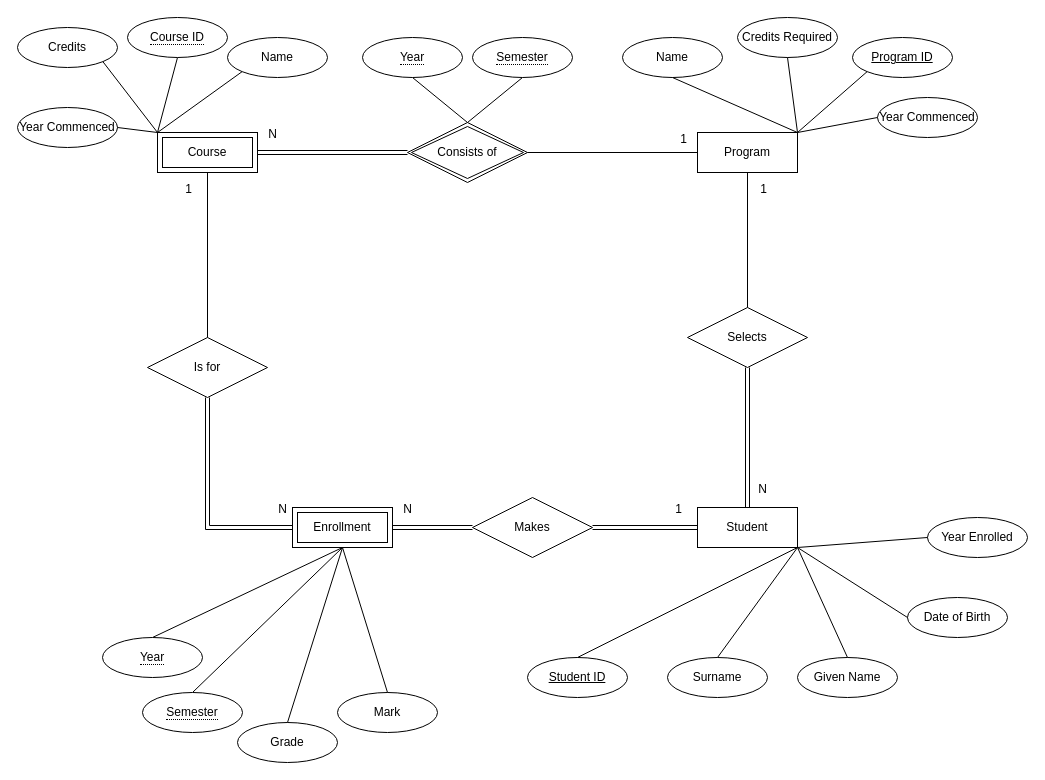
patrick-doumont/ermodeling keeps this draw.io diagram as the_university_database.drawio. Above is the earlier version. Source tidied: cells renumbered, new cells numbered last; positions are measured from the earlier drawing's top-left corner, leaving out a move shared by most shapes. Both pictures are drawn from the tidied source at 100%, with x=0, y=0 at pixel (17, 17).
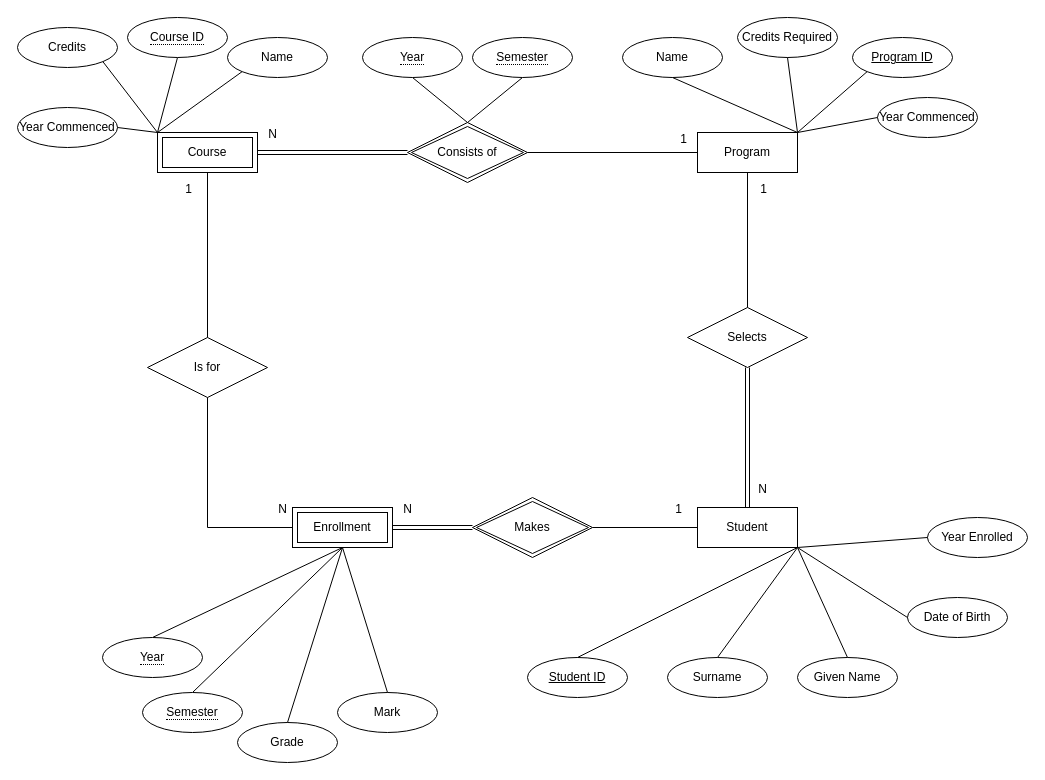
The same page after the edit.

Unchanged cells that the change refers to:
```xml
<mxCell id="2" value="Student" style="whiteSpace=wrap;html=1;align=center;" parent="1" vertex="1">
  <mxGeometry x="680" y="490" width="100" height="40" as="geometry" />
</mxCell>
<mxCell id="35" value="Is for" style="shape=rhombus;perimeter=rhombusPerimeter;whiteSpace=wrap;html=1;align=center;" parent="1" vertex="1">
  <mxGeometry x="130" y="320" width="120" height="60" as="geometry" />
</mxCell>
<mxCell id="55" value="Enrollment" style="shape=ext;margin=3;double=1;whiteSpace=wrap;html=1;align=center;" parent="1" vertex="1">
  <mxGeometry x="275" y="490" width="100" height="40" as="geometry" />
</mxCell>
```

Diff of the diagram source:
```diff
@@
-    <mxCell id="46" style="endArrow=none;html=1;rounded=0;entryX=0;entryY=0.5;entryDx=0;entryDy=0;shape=link;exitX=1;exitY=0.5;exitDx=0;exitDy=0;" parent="1" edge="1" source="54" target="2">
-      <mxGeometry relative="1" as="geometry" />
+    <mxCell id="46" style="endArrow=none;html=1;rounded=0;entryX=0;entryY=0.5;entryDx=0;entryDy=0;exitX=1;exitY=0.5;exitDx=0;exitDy=0;" parent="1" edge="1" target="2">
+      <mxGeometry relative="1" as="geometry">
+        <mxPoint x="575" y="510" as="sourcePoint" />
+      </mxGeometry>
     </mxCell>
@@
-    <mxCell id="54" value="Makes" style="shape=rhombus;perimeter=rhombusPerimeter;whiteSpace=wrap;html=1;align=center;" parent="1" vertex="1">
-      <mxGeometry x="455" y="480" width="120" height="60" as="geometry" />
-    </mxCell>
@@
-    <mxCell id="58" style="endArrow=none;html=1;rounded=0;entryX=0;entryY=0.5;entryDx=0;entryDy=0;exitX=0.5;exitY=1;exitDx=0;exitDy=0;shape=link;" parent="1" edge="1" source="35" target="55">
+    <mxCell id="58" style="endArrow=none;html=1;rounded=0;entryX=0;entryY=0.5;entryDx=0;entryDy=0;exitX=0.5;exitY=1;exitDx=0;exitDy=0;" parent="1" edge="1" source="35" target="55">
       <mxGeometry relative="1" as="geometry">
         <Array as="points">
           <mxPoint x="190" y="510" />
         </Array>
       </mxGeometry>
     </mxCell>
@@
+    <mxCell id="54" value="Makes" style="shape=rhombus;double=1;perimeter=rhombusPerimeter;whiteSpace=wrap;html=1;align=center;" parent="1" vertex="1">
+      <mxGeometry x="455" y="480" width="120" height="60" as="geometry" />
+    </mxCell>
```
